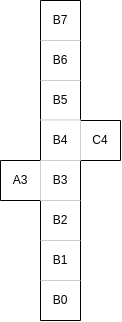
Earlier version of the draw.io export layout.drawio.png (tgodfrey0/LLM_ROS2_Control). Source tidied: cells renumbered, new cells last; positions are measured from the earlier drawing's top-left corner, leaving out a move shared by most shapes. Source of this version:
```xml
<mxGraphModel>
  <root>
    <mxCell id="0" />
    <mxCell id="1" parent="0" />
    <mxCell id="2" style="endArrow=none;html=1;rounded=0;" parent="1" edge="1">
      <mxGeometry relative="1" as="geometry">
        <mxPoint x="40" y="320" as="sourcePoint" />
        <mxPoint x="40" y="200" as="targetPoint" />
      </mxGeometry>
    </mxCell>
    <mxCell id="3" style="endArrow=none;html=1;rounded=0;" parent="1" edge="1">
      <mxGeometry relative="1" as="geometry">
        <mxPoint x="80" y="120" as="sourcePoint" />
        <mxPoint x="80" as="targetPoint" />
      </mxGeometry>
    </mxCell>
    <mxCell id="4" style="endArrow=none;html=1;rounded=0;" parent="1" edge="1">
      <mxGeometry relative="1" as="geometry">
        <mxPoint x="40" y="320" as="sourcePoint" />
        <mxPoint x="80" y="320" as="targetPoint" />
      </mxGeometry>
    </mxCell>
    <mxCell id="5" style="endArrow=none;html=1;rounded=0;" parent="1" edge="1">
      <mxGeometry relative="1" as="geometry">
        <mxPoint x="120" y="120" as="sourcePoint" />
        <mxPoint x="80" y="120" as="targetPoint" />
      </mxGeometry>
    </mxCell>
    <mxCell id="6" style="endArrow=none;html=1;rounded=0;" parent="1" edge="1">
      <mxGeometry relative="1" as="geometry">
        <mxPoint x="40" as="sourcePoint" />
        <mxPoint x="80" as="targetPoint" />
      </mxGeometry>
    </mxCell>
    <mxCell id="7" style="endArrow=none;html=1;rounded=0;" parent="1" edge="1">
      <mxGeometry relative="1" as="geometry">
        <mxPoint x="40" y="160" as="sourcePoint" />
        <mxPoint x="40" as="targetPoint" />
      </mxGeometry>
    </mxCell>
    <mxCell id="8" style="endArrow=none;html=1;rounded=0;" parent="1" edge="1">
      <mxGeometry relative="1" as="geometry">
        <mxPoint x="80" y="320" as="sourcePoint" />
        <mxPoint x="80" y="160" as="targetPoint" />
      </mxGeometry>
    </mxCell>
    <mxCell id="9" style="endArrow=none;html=1;rounded=0;" parent="1" edge="1">
      <mxGeometry relative="1" as="geometry">
        <mxPoint x="80" y="160" as="sourcePoint" />
        <mxPoint x="120" y="160" as="targetPoint" />
      </mxGeometry>
    </mxCell>
    <mxCell id="10" style="endArrow=none;html=1;rounded=0;" parent="1" edge="1">
      <mxGeometry relative="1" as="geometry">
        <mxPoint x="120" y="160" as="sourcePoint" />
        <mxPoint x="120" y="120" as="targetPoint" />
      </mxGeometry>
    </mxCell>
    <mxCell id="11" style="endArrow=none;html=1;rounded=0;" parent="1" edge="1">
      <mxGeometry relative="1" as="geometry">
        <mxPoint y="200" as="sourcePoint" />
        <mxPoint x="40" y="200" as="targetPoint" />
      </mxGeometry>
    </mxCell>
    <mxCell id="12" style="endArrow=none;html=1;rounded=0;" parent="1" edge="1">
      <mxGeometry relative="1" as="geometry">
        <mxPoint y="160" as="sourcePoint" />
        <mxPoint y="200" as="targetPoint" />
      </mxGeometry>
    </mxCell>
    <mxCell id="13" style="endArrow=none;html=1;rounded=0;" parent="1" edge="1">
      <mxGeometry relative="1" as="geometry">
        <mxPoint x="40" y="160" as="sourcePoint" />
        <mxPoint y="160" as="targetPoint" />
      </mxGeometry>
    </mxCell>
    <mxCell id="14" value="A3" style="text;html=1;strokeColor=none;fillColor=none;align=center;verticalAlign=middle;whiteSpace=wrap;rounded=0;" parent="1" vertex="1">
      <mxGeometry y="160" width="40" height="40" as="geometry" />
    </mxCell>
    <mxCell id="15" value="B7" style="text;html=1;strokeColor=none;fillColor=none;align=center;verticalAlign=middle;whiteSpace=wrap;rounded=0;" parent="1" vertex="1">
      <mxGeometry x="40" width="40" height="40" as="geometry" />
    </mxCell>
    <mxCell id="16" value="B6" style="text;html=1;strokeColor=none;fillColor=none;align=center;verticalAlign=middle;whiteSpace=wrap;rounded=0;" parent="1" vertex="1">
      <mxGeometry x="40" y="40" width="40" height="40" as="geometry" />
    </mxCell>
    <mxCell id="17" value="B5" style="text;html=1;strokeColor=none;fillColor=none;align=center;verticalAlign=middle;whiteSpace=wrap;rounded=0;" parent="1" vertex="1">
      <mxGeometry x="40" y="80" width="40" height="40" as="geometry" />
    </mxCell>
    <mxCell id="18" value="B2" style="text;html=1;strokeColor=none;fillColor=none;align=center;verticalAlign=middle;whiteSpace=wrap;rounded=0;" parent="1" vertex="1">
      <mxGeometry x="40" y="200" width="40" height="40" as="geometry" />
    </mxCell>
    <mxCell id="19" value="B4" style="text;html=1;strokeColor=none;fillColor=none;align=center;verticalAlign=middle;whiteSpace=wrap;rounded=0;" parent="1" vertex="1">
      <mxGeometry x="40" y="120" width="40" height="40" as="geometry" />
    </mxCell>
    <mxCell id="20" value="B3" style="text;html=1;strokeColor=none;fillColor=none;align=center;verticalAlign=middle;whiteSpace=wrap;rounded=0;" parent="1" vertex="1">
      <mxGeometry x="40" y="160" width="40" height="40" as="geometry" />
    </mxCell>
    <mxCell id="21" value="C4" style="text;html=1;strokeColor=none;fillColor=none;align=center;verticalAlign=middle;whiteSpace=wrap;rounded=0;" parent="1" vertex="1">
      <mxGeometry x="80" y="120" width="40" height="40" as="geometry" />
    </mxCell>
    <mxCell id="22" value="B1" style="text;html=1;strokeColor=none;fillColor=none;align=center;verticalAlign=middle;whiteSpace=wrap;rounded=0;" parent="1" vertex="1">
      <mxGeometry x="40" y="240" width="40" height="40" as="geometry" />
    </mxCell>
    <mxCell id="23" value="B0" style="text;html=1;strokeColor=none;fillColor=none;align=center;verticalAlign=middle;whiteSpace=wrap;rounded=0;" parent="1" vertex="1">
      <mxGeometry x="40" y="280" width="40" height="40" as="geometry" />
    </mxCell>
    <mxCell id="24" style="endArrow=none;html=1;rounded=0;strokeColor=#CCCCCC;" parent="1" edge="1">
      <mxGeometry relative="1" as="geometry">
        <mxPoint x="40" y="40" as="sourcePoint" />
        <mxPoint x="80" y="40" as="targetPoint" />
      </mxGeometry>
    </mxCell>
    <mxCell id="25" style="endArrow=none;html=1;rounded=0;strokeColor=#CCCCCC;" parent="1" edge="1">
      <mxGeometry relative="1" as="geometry">
        <mxPoint x="40" y="80" as="sourcePoint" />
        <mxPoint x="80" y="80" as="targetPoint" />
      </mxGeometry>
    </mxCell>
    <mxCell id="26" style="endArrow=none;html=1;rounded=0;strokeColor=#CCCCCC;" parent="1" edge="1">
      <mxGeometry relative="1" as="geometry">
        <mxPoint x="40" y="119.4" as="sourcePoint" />
        <mxPoint x="80" y="119.4" as="targetPoint" />
      </mxGeometry>
    </mxCell>
    <mxCell id="27" style="endArrow=none;html=1;rounded=0;strokeColor=#CCCCCC;" parent="1" edge="1">
      <mxGeometry relative="1" as="geometry">
        <mxPoint x="40" y="160" as="sourcePoint" />
        <mxPoint x="80" y="160" as="targetPoint" />
      </mxGeometry>
    </mxCell>
    <mxCell id="28" style="endArrow=none;html=1;rounded=0;strokeColor=#CCCCCC;" parent="1" edge="1">
      <mxGeometry relative="1" as="geometry">
        <mxPoint x="40" y="200" as="sourcePoint" />
        <mxPoint x="80" y="200" as="targetPoint" />
      </mxGeometry>
    </mxCell>
    <mxCell id="29" style="endArrow=none;html=1;rounded=0;strokeColor=#CCCCCC;" parent="1" edge="1">
      <mxGeometry relative="1" as="geometry">
        <mxPoint x="40" y="240" as="sourcePoint" />
        <mxPoint x="80" y="240" as="targetPoint" />
      </mxGeometry>
    </mxCell>
    <mxCell id="30" style="endArrow=none;html=1;rounded=0;strokeColor=#CCCCCC;" parent="1" edge="1">
      <mxGeometry relative="1" as="geometry">
        <mxPoint x="40" y="280" as="sourcePoint" />
        <mxPoint x="80" y="280" as="targetPoint" />
      </mxGeometry>
    </mxCell>
    <mxCell id="31" style="endArrow=none;html=1;rounded=0;strokeColor=#CCCCCC;entryX=0;entryY=1;entryDx=0;entryDy=0;" parent="1" edge="1" target="21">
      <mxGeometry relative="1" as="geometry">
        <mxPoint x="80" y="120" as="sourcePoint" />
      </mxGeometry>
    </mxCell>
    <mxCell id="32" style="endArrow=none;html=1;rounded=0;strokeColor=#CCCCCC;exitX=0;exitY=0;exitDx=0;exitDy=0;entryX=0;entryY=0;entryDx=0;entryDy=0;" parent="1" edge="1" source="20" target="18">
      <mxGeometry relative="1" as="geometry" />
    </mxCell>
  </root>
</mxGraphModel>
```
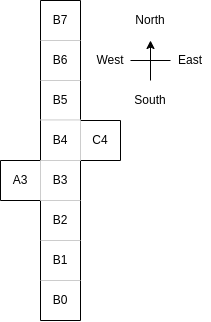
Later version of the same file.

Diff of the diagram source:
```diff
@@ -154,5 +154,26 @@
     <mxCell id="32" style="endArrow=none;html=1;rounded=0;strokeColor=#CCCCCC;exitX=0;exitY=0;exitDx=0;exitDy=0;entryX=0;entryY=0;entryDx=0;entryDy=0;" parent="1" edge="1" source="20" target="18">
       <mxGeometry relative="1" as="geometry" />
     </mxCell>
+    <mxCell id="33" style="group;" parent="1" vertex="1">
+      <mxGeometry x="90" width="120" height="120" as="geometry" />
+    </mxCell>
+    <mxCell id="34" value="North" style="text;html=1;strokeColor=none;fillColor=none;align=center;verticalAlign=middle;whiteSpace=wrap;rounded=0;" parent="33" vertex="1">
+      <mxGeometry x="40" width="40" height="40" as="geometry" />
+    </mxCell>
+    <mxCell id="35" value="East" style="text;html=1;strokeColor=none;fillColor=none;align=center;verticalAlign=middle;whiteSpace=wrap;rounded=0;" parent="33" vertex="1">
+      <mxGeometry x="80" y="40" width="40" height="40" as="geometry" />
+    </mxCell>
+    <mxCell id="36" value="South" style="text;html=1;strokeColor=none;fillColor=none;align=center;verticalAlign=middle;whiteSpace=wrap;rounded=0;" parent="33" vertex="1">
+      <mxGeometry x="40" y="80" width="40" height="40" as="geometry" />
+    </mxCell>
+    <mxCell id="37" value="West" style="text;html=1;strokeColor=none;fillColor=none;align=center;verticalAlign=middle;whiteSpace=wrap;rounded=0;" parent="33" vertex="1">
+      <mxGeometry y="40" width="40" height="40" as="geometry" />
+    </mxCell>
+    <mxCell id="38" style="endArrow=classic;html=1;rounded=0;exitX=0.5;exitY=0;exitDx=0;exitDy=0;entryX=0.5;entryY=1;entryDx=0;entryDy=0;" parent="33" edge="1" source="36" target="34">
+      <mxGeometry relative="1" as="geometry" />
+    </mxCell>
+    <mxCell id="39" style="endArrow=none;html=1;rounded=0;exitX=1;exitY=0.5;exitDx=0;exitDy=0;entryX=0;entryY=0.5;entryDx=0;entryDy=0;" parent="33" edge="1" source="37" target="35">
+      <mxGeometry relative="1" as="geometry" />
+    </mxCell>
   </root>
 </mxGraphModel>
```
